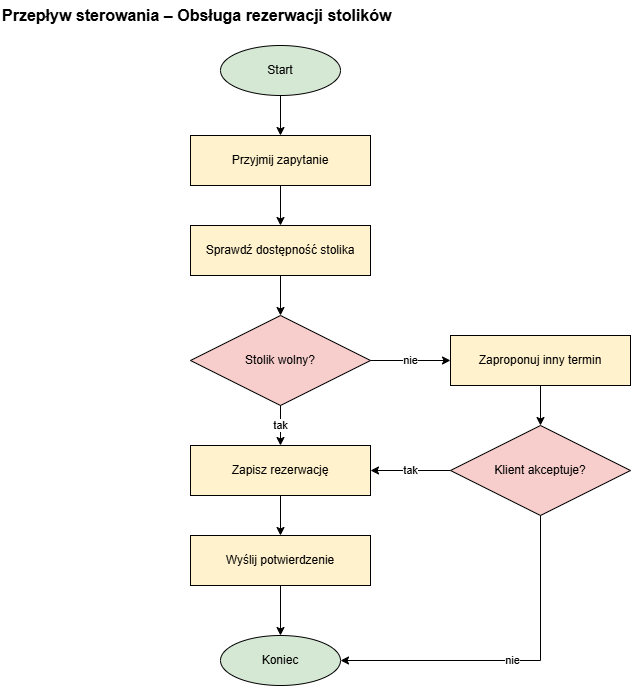
The draw.io diagram diagramy/03_przeplyw_sterowania/cfd_2_rezerwacje.png in olimo54323/OiZPI-laboratorium, before a commit. Source tidied: cells renumbered, new cells last; positions are measured from the earlier drawing's top-left corner, leaving out a move shared by most shapes. Its diagram source:
```xml
<mxGraphModel>
  <root>
    <mxCell id="0" />
    <mxCell id="1" parent="0" />
    <mxCell id="2" value="Przepływ sterowania – Obsługa rezerwacji stolików" style="text;html=1;align=left;verticalAlign=middle;fontSize=16;fontStyle=1;" parent="1" vertex="1">
      <mxGeometry width="460" height="30" as="geometry" />
    </mxCell>
    <mxCell id="3" value="Start" style="ellipse;whiteSpace=wrap;html=1;fillColor=#d5e8d4;strokeColor=#000000;fontSize=12;" parent="1" vertex="1">
      <mxGeometry x="220" y="45" width="120" height="50" as="geometry" />
    </mxCell>
    <mxCell id="4" value="Przyjmij zapytanie" style="rounded=0;whiteSpace=wrap;html=1;fillColor=#fff2cc;strokeColor=#000000;fontSize=12;" parent="1" vertex="1">
      <mxGeometry x="190" y="135" width="180" height="50" as="geometry" />
    </mxCell>
    <mxCell id="5" value="Sprawdź dostępność stolika" style="rounded=0;whiteSpace=wrap;html=1;fillColor=#fff2cc;strokeColor=#000000;fontSize=12;" parent="1" vertex="1">
      <mxGeometry x="190" y="225" width="180" height="50" as="geometry" />
    </mxCell>
    <mxCell id="6" value="Stolik wolny?" style="rhombus;whiteSpace=wrap;html=1;fillColor=#f8cecc;strokeColor=#000000;fontSize=12;" parent="1" vertex="1">
      <mxGeometry x="190" y="315" width="180" height="90" as="geometry" />
    </mxCell>
    <mxCell id="7" value="Zapisz rezerwację" style="rounded=0;whiteSpace=wrap;html=1;fillColor=#fff2cc;strokeColor=#000000;fontSize=12;" parent="1" vertex="1">
      <mxGeometry x="190" y="445" width="180" height="50" as="geometry" />
    </mxCell>
    <mxCell id="8" value="Wyślij potwierdzenie" style="rounded=0;whiteSpace=wrap;html=1;fillColor=#fff2cc;strokeColor=#000000;fontSize=12;" parent="1" vertex="1">
      <mxGeometry x="190" y="535" width="180" height="50" as="geometry" />
    </mxCell>
    <mxCell id="9" value="Zaproponuj inny termin" style="rounded=0;whiteSpace=wrap;html=1;fillColor=#fff2cc;strokeColor=#000000;fontSize=12;" parent="1" vertex="1">
      <mxGeometry x="450" y="335" width="180" height="50" as="geometry" />
    </mxCell>
    <mxCell id="10" value="Klient akceptuje?" style="rhombus;whiteSpace=wrap;html=1;fillColor=#f8cecc;strokeColor=#000000;fontSize=12;" parent="1" vertex="1">
      <mxGeometry x="450" y="425" width="180" height="90" as="geometry" />
    </mxCell>
    <mxCell id="11" value="Koniec" style="ellipse;whiteSpace=wrap;html=1;fillColor=#d5e8d4;strokeColor=#000000;fontSize=12;" parent="1" vertex="1">
      <mxGeometry x="220" y="635" width="120" height="50" as="geometry" />
    </mxCell>
    <mxCell id="12" style="endArrow=classic;html=1;rounded=0;edgeStyle=orthogonalEdgeStyle;labelBackgroundColor=#ffffff;fontSize=11;strokeColor=#000000;" parent="1" edge="1" source="3" target="4">
      <mxGeometry relative="1" as="geometry" />
    </mxCell>
    <mxCell id="13" style="endArrow=classic;html=1;rounded=0;edgeStyle=orthogonalEdgeStyle;labelBackgroundColor=#ffffff;fontSize=11;strokeColor=#000000;" parent="1" edge="1" source="4" target="5">
      <mxGeometry relative="1" as="geometry" />
    </mxCell>
    <mxCell id="14" style="endArrow=classic;html=1;rounded=0;edgeStyle=orthogonalEdgeStyle;labelBackgroundColor=#ffffff;fontSize=11;strokeColor=#000000;" parent="1" edge="1" source="5" target="6">
      <mxGeometry relative="1" as="geometry" />
    </mxCell>
    <mxCell id="15" value="tak" style="endArrow=classic;html=1;rounded=0;edgeStyle=orthogonalEdgeStyle;labelBackgroundColor=#ffffff;fontSize=11;strokeColor=#000000;exitX=0.5;exitY=1;exitDx=0;exitDy=0;entryX=0.5;entryY=0;entryDx=0;entryDy=0;" parent="1" edge="1" source="6" target="7">
      <mxGeometry relative="1" as="geometry" />
    </mxCell>
    <mxCell id="16" value="nie" style="endArrow=classic;html=1;rounded=0;edgeStyle=orthogonalEdgeStyle;labelBackgroundColor=#ffffff;fontSize=11;strokeColor=#000000;exitX=1;exitY=0.5;exitDx=0;exitDy=0;entryX=0;entryY=0.5;entryDx=0;entryDy=0;" parent="1" edge="1" source="6" target="9">
      <mxGeometry relative="1" as="geometry" />
    </mxCell>
    <mxCell id="17" style="endArrow=classic;html=1;rounded=0;edgeStyle=orthogonalEdgeStyle;labelBackgroundColor=#ffffff;fontSize=11;strokeColor=#000000;" parent="1" edge="1" source="9" target="10">
      <mxGeometry relative="1" as="geometry" />
    </mxCell>
    <mxCell id="18" value="tak" style="endArrow=classic;html=1;rounded=0;edgeStyle=orthogonalEdgeStyle;labelBackgroundColor=#ffffff;fontSize=11;strokeColor=#000000;exitX=0;exitY=0.5;exitDx=0;exitDy=0;entryX=1;entryY=0.5;entryDx=0;entryDy=0;" parent="1" edge="1" source="10" target="7">
      <mxGeometry relative="1" as="geometry" />
    </mxCell>
    <mxCell id="19" value="nie" style="endArrow=classic;html=1;rounded=0;edgeStyle=orthogonalEdgeStyle;labelBackgroundColor=#ffffff;fontSize=11;strokeColor=#000000;exitX=0.5;exitY=1;exitDx=0;exitDy=0;entryX=1;entryY=0.5;entryDx=0;entryDy=0;" parent="1" edge="1" source="10" target="11">
      <mxGeometry relative="1" as="geometry" />
    </mxCell>
    <mxCell id="20" style="endArrow=classic;html=1;rounded=0;edgeStyle=orthogonalEdgeStyle;labelBackgroundColor=#ffffff;fontSize=11;strokeColor=#000000;" parent="1" edge="1" source="7" target="8">
      <mxGeometry relative="1" as="geometry" />
    </mxCell>
    <mxCell id="21" style="endArrow=classic;html=1;rounded=0;edgeStyle=orthogonalEdgeStyle;labelBackgroundColor=#ffffff;fontSize=11;strokeColor=#000000;" parent="1" edge="1" source="8" target="11">
      <mxGeometry relative="1" as="geometry" />
    </mxCell>
  </root>
</mxGraphModel>
```
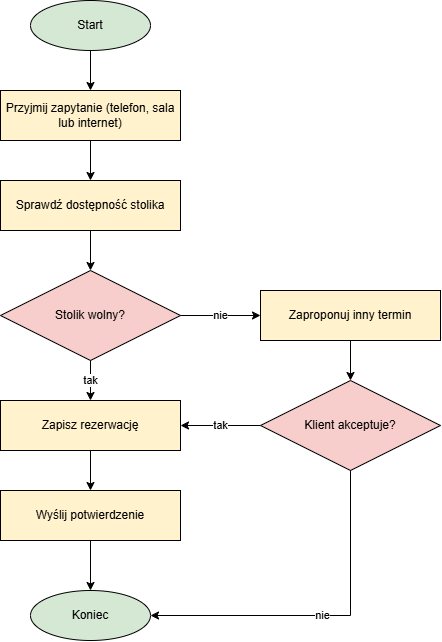
The same file after the commit.

Diff of the diagram source:
```diff
@@ -2,13 +2,10 @@
   <root>
     <mxCell id="0" />
     <mxCell id="1" parent="0" />
-    <mxCell id="2" value="Przepływ sterowania – Obsługa rezerwacji stolików" style="text;html=1;align=left;verticalAlign=middle;fontSize=16;fontStyle=1;" parent="1" vertex="1">
-      <mxGeometry width="460" height="30" as="geometry" />
-    </mxCell>
     <mxCell id="3" value="Start" style="ellipse;whiteSpace=wrap;html=1;fillColor=#d5e8d4;strokeColor=#000000;fontSize=12;" parent="1" vertex="1">
       <mxGeometry x="220" y="45" width="120" height="50" as="geometry" />
     </mxCell>
-    <mxCell id="4" value="Przyjmij zapytanie" style="rounded=0;whiteSpace=wrap;html=1;fillColor=#fff2cc;strokeColor=#000000;fontSize=12;" parent="1" vertex="1">
+    <mxCell id="4" value="Przyjmij zapytanie (telefon, sala lub internet)" style="rounded=0;whiteSpace=wrap;html=1;fillColor=#fff2cc;strokeColor=#000000;fontSize=12;" parent="1" vertex="1">
       <mxGeometry x="190" y="135" width="180" height="50" as="geometry" />
     </mxCell>
     <mxCell id="5" value="Sprawdź dostępność stolika" style="rounded=0;whiteSpace=wrap;html=1;fillColor=#fff2cc;strokeColor=#000000;fontSize=12;" parent="1" vertex="1">
```
